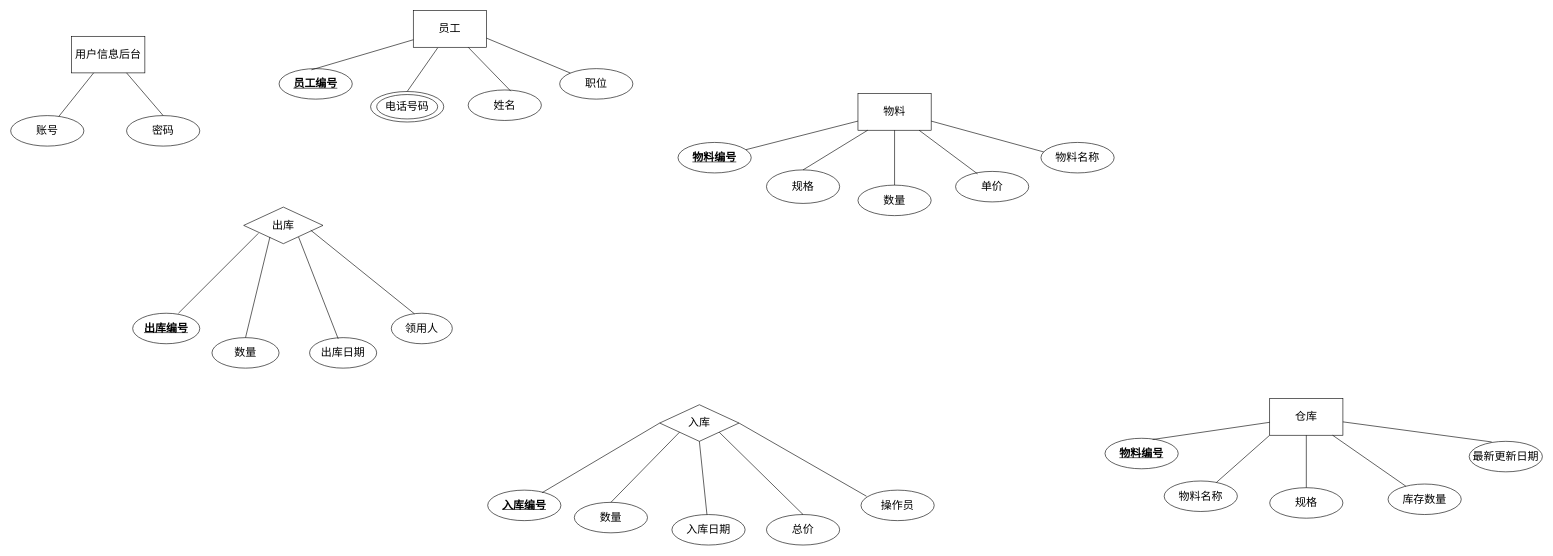
The draw.io diagram 属性.drawio in images130/LJ_Project, before the edit. Source tidied: cells renumbered, new cells numbered last; positions are measured from the earlier drawing's top-left corner, leaving out a move shared by most shapes. Both pictures are drawn from the tidied source at 61%, with x=0, y=0 at pixel (10, 10).
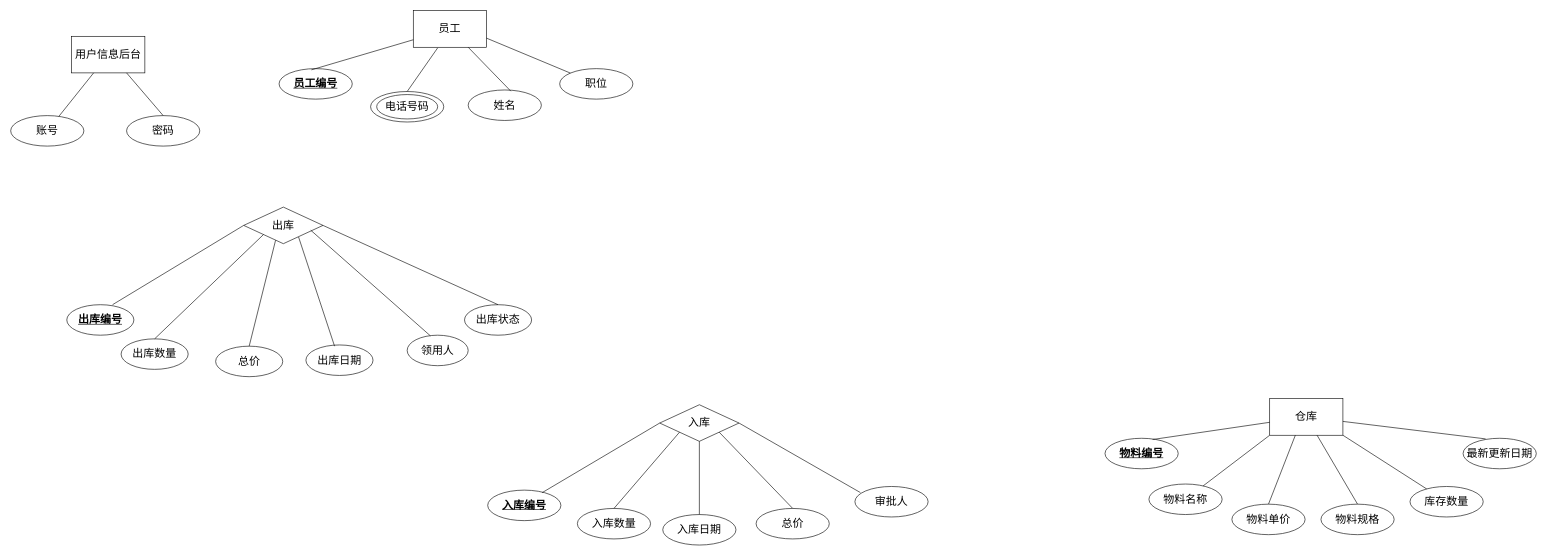
The same diagram, later.

Unchanged cells that the change refers to:
```xml
<mxCell id="23" value="仓库" style="rounded=0;whiteSpace=wrap;html=1;fontSize=18;fontStyle=0;" parent="1" vertex="1">
  <mxGeometry x="2064" y="636" width="120" height="60" as="geometry" />
</mxCell>
<mxCell id="25" value="出库" style="rhombus;whiteSpace=wrap;html=1;fontSize=18;fontStyle=0;" parent="1" vertex="1">
  <mxGeometry x="382" y="322" width="130" height="60" as="geometry" />
</mxCell>
```

Diff of the diagram source:
```diff
@@
-    <mxCell id="2" value="物料" style="rounded=0;whiteSpace=wrap;html=1;fontSize=18;fontStyle=0;" parent="1" vertex="1">
-      <mxGeometry x="1389" y="136" width="120" height="60" as="geometry" />
-    </mxCell>
-    <mxCell id="3" style="endArrow=none;html=1;exitX=0;exitY=0.75;exitDx=0;exitDy=0;fontSize=18;fontStyle=0;" parent="1" edge="1" source="2" target="4">
-      <mxGeometry relative="1" as="geometry" />
-    </mxCell>
-    <mxCell id="4" value="物料编号" style="ellipse;whiteSpace=wrap;html=1;fontStyle=5;fontSize=18;" parent="1" vertex="1">
-      <mxGeometry x="1094" y="216" width="120" height="50" as="geometry" />
-    </mxCell>
-    <mxCell id="5" style="endArrow=none;html=1;exitX=1;exitY=0.75;exitDx=0;exitDy=0;fontSize=18;fontStyle=0;entryX=0.05;entryY=0.32;entryDx=0;entryDy=0;entryPerimeter=0;" parent="1" edge="1" source="2" target="6">
-      <mxGeometry relative="1" as="geometry" />
-    </mxCell>
-    <mxCell id="6" value="物料名称" style="ellipse;whiteSpace=wrap;html=1;fontSize=18;fontStyle=0;" parent="1" vertex="1">
-      <mxGeometry x="1689" y="216" width="120" height="50" as="geometry" />
-    </mxCell>
-    <mxCell id="7" value="单价" style="ellipse;whiteSpace=wrap;html=1;fontSize=18;fontStyle=0;" parent="1" vertex="1">
-      <mxGeometry x="1549" y="263.5" width="120" height="50" as="geometry" />
-    </mxCell>
-    <mxCell id="8" style="endArrow=none;html=1;entryX=0.3;entryY=0.08;entryDx=0;entryDy=0;fontSize=18;fontStyle=0;entryPerimeter=0;" parent="1" edge="1" source="2" target="7">
-      <mxGeometry relative="1" as="geometry" />
-    </mxCell>
-    <mxCell id="9" value="规格" style="ellipse;whiteSpace=wrap;html=1;fontSize=18;fontStyle=0;" parent="1" vertex="1">
-      <mxGeometry x="1239" y="261" width="120" height="55" as="geometry" />
-    </mxCell>
-    <mxCell id="10" style="endArrow=none;html=1;exitX=0.133;exitY=1;exitDx=0;exitDy=0;entryX=0.5;entryY=0;entryDx=0;entryDy=0;fontSize=18;fontStyle=0;exitPerimeter=0;" parent="1" edge="1" source="2" target="9">
-      <mxGeometry relative="1" as="geometry" />
-    </mxCell>
-    <mxCell id="11" value="数量" style="ellipse;whiteSpace=wrap;html=1;fontSize=18;fontStyle=0;" parent="1" vertex="1">
-      <mxGeometry x="1389" y="286" width="120" height="50" as="geometry" />
-    </mxCell>
-    <mxCell id="12" style="endArrow=none;html=1;exitX=0.5;exitY=1;exitDx=0;exitDy=0;fontSize=18;fontStyle=0;entryX=0.5;entryY=0;entryDx=0;entryDy=0;" parent="1" edge="1" source="2" target="11">
-      <mxGeometry relative="1" as="geometry" />
-    </mxCell>
@@
     <mxCell id="27" value="库存数量" style="ellipse;whiteSpace=wrap;html=1;fontSize=18;fontStyle=0;" parent="1" vertex="1">
-      <mxGeometry x="2258" y="776" width="120" height="50" as="geometry" />
+      <mxGeometry x="2294" y="780" width="120" height="50" as="geometry" />
     </mxCell>
-    <mxCell id="28" value="规格" style="ellipse;whiteSpace=wrap;html=1;fontSize=18;fontStyle=0;" parent="1" vertex="1">
-      <mxGeometry x="2064" y="782" width="120" height="50" as="geometry" />
+    <mxCell id="28" value="物料规格" style="ellipse;whiteSpace=wrap;html=1;fontSize=18;fontStyle=0;" parent="1" vertex="1">
+      <mxGeometry x="2148" y="809" width="120" height="50" as="geometry" />
     </mxCell>
     <mxCell id="29" value="最新更新日期" style="ellipse;whiteSpace=wrap;html=1;fontSize=18;fontStyle=0;" parent="1" vertex="1">
-      <mxGeometry x="2391" y="706" width="120" height="50" as="geometry" />
+      <mxGeometry x="2381" y="701" width="120" height="50" as="geometry" />
     </mxCell>
     <mxCell id="30" value="物料名称" style="ellipse;whiteSpace=wrap;html=1;fontSize=18;fontStyle=0;" parent="1" vertex="1">
-      <mxGeometry x="1891" y="771" width="120" height="50" as="geometry" />
+      <mxGeometry x="1866" y="776" width="120" height="50" as="geometry" />
     </mxCell>
@@
-    <mxCell id="33" style="endArrow=none;html=1;fontSize=18;fontStyle=0;" parent="1" edge="1" source="23" target="27">
+    <mxCell id="33" style="endArrow=none;html=1;fontSize=18;fontStyle=0;exitX=1;exitY=1;exitDx=0;exitDy=0;" parent="1" edge="1" source="23" target="27">
       <mxGeometry relative="1" as="geometry" />
     </mxCell>
@@
     <mxCell id="36" value="总价" style="ellipse;whiteSpace=wrap;html=1;fontSize=18;fontStyle=0;" parent="1" vertex="1">
-      <mxGeometry x="1239" y="826" width="120" height="50" as="geometry" />
+      <mxGeometry x="1222" y="816" width="120" height="50" as="geometry" />
     </mxCell>
-    <mxCell id="37" value="数量" style="ellipse;whiteSpace=wrap;html=1;fontSize=18;fontStyle=0;" parent="1" vertex="1">
-      <mxGeometry x="924" y="806" width="120" height="50" as="geometry" />
+    <mxCell id="37" value="入库数量" style="ellipse;whiteSpace=wrap;html=1;fontSize=18;fontStyle=0;" parent="1" vertex="1">
+      <mxGeometry x="929" y="816" width="120" height="50" as="geometry" />
     </mxCell>
-    <mxCell id="38" value="操作员" style="ellipse;whiteSpace=wrap;html=1;fontSize=18;fontStyle=0;" parent="1" vertex="1">
-      <mxGeometry x="1394" y="786" width="120" height="50" as="geometry" />
+    <mxCell id="38" value="审批人" style="ellipse;whiteSpace=wrap;html=1;fontSize=18;fontStyle=0;" parent="1" vertex="1">
+      <mxGeometry x="1384" y="780" width="120" height="50" as="geometry" />
     </mxCell>
@@
     <mxCell id="40" value="入库日期" style="ellipse;whiteSpace=wrap;html=1;fontSize=18;fontStyle=0;" parent="1" vertex="1">
-      <mxGeometry x="1084" y="826" width="120" height="50" as="geometry" />
+      <mxGeometry x="1069" y="826" width="120" height="50" as="geometry" />
     </mxCell>
@@
-    <mxCell id="46" value="数量" style="ellipse;whiteSpace=wrap;html=1;fontSize=18;fontStyle=0;" parent="1" vertex="1">
-      <mxGeometry x="330" y="536" width="110" height="50" as="geometry" />
+    <mxCell id="46" value="出库数量" style="ellipse;whiteSpace=wrap;html=1;fontSize=18;fontStyle=0;" parent="1" vertex="1">
+      <mxGeometry x="181" y="538" width="110" height="50" as="geometry" />
     </mxCell>
     <mxCell id="47" value="领用人" style="ellipse;whiteSpace=wrap;html=1;fontSize=18;fontStyle=0;" parent="1" vertex="1">
-      <mxGeometry x="624" y="496" width="100" height="50" as="geometry" />
+      <mxGeometry x="650" y="532" width="100" height="50" as="geometry" />
     </mxCell>
     <mxCell id="48" value="出库编号" style="ellipse;whiteSpace=wrap;html=1;fontStyle=5;fontSize=18;" parent="1" vertex="1">
-      <mxGeometry x="200" y="496" width="110" height="50" as="geometry" />
+      <mxGeometry x="92" y="482" width="110" height="50" as="geometry" />
     </mxCell>
     <mxCell id="49" value="出库日期" style="ellipse;whiteSpace=wrap;html=1;fontSize=18;fontStyle=0;" parent="1" vertex="1">
-      <mxGeometry x="490" y="536" width="110" height="50" as="geometry" />
+      <mxGeometry x="484" y="548" width="110" height="50" as="geometry" />
     </mxCell>
-    <mxCell id="50" style="endArrow=none;html=1;fontSize=18;fontStyle=0;exitX=0.682;exitY=0;exitDx=0;exitDy=0;exitPerimeter=0;entryX=0.185;entryY=0.717;entryDx=0;entryDy=0;entryPerimeter=0;" parent="1" edge="1" source="48" target="25">
+    <mxCell id="50" style="endArrow=none;html=1;fontSize=18;fontStyle=0;exitX=0.682;exitY=0;exitDx=0;exitDy=0;exitPerimeter=0;entryX=0;entryY=0.5;entryDx=0;entryDy=0;" parent="1" edge="1" source="48" target="25">
       <mxGeometry relative="1" as="geometry" />
     </mxCell>
-    <mxCell id="51" style="endArrow=none;html=1;entryX=0.331;entryY=0.817;entryDx=0;entryDy=0;exitX=0.5;exitY=0;exitDx=0;exitDy=0;fontSize=18;fontStyle=0;entryPerimeter=0;" parent="1" edge="1" source="46" target="25">
+    <mxCell id="51" style="endArrow=none;html=1;entryX=0;entryY=1;entryDx=0;entryDy=0;exitX=0.5;exitY=0;exitDx=0;exitDy=0;fontSize=18;fontStyle=0;" parent="1" edge="1" source="46" target="25">
       <mxGeometry relative="1" as="geometry" />
     </mxCell>
@@
+    <mxCell id="59" value="总价" style="ellipse;whiteSpace=wrap;html=1;fontSize=18;fontStyle=0;" parent="1" vertex="1">
+      <mxGeometry x="336" y="550" width="110" height="50" as="geometry" />
+    </mxCell>
+    <mxCell id="60" value="出库状态" style="ellipse;whiteSpace=wrap;html=1;fontSize=18;fontStyle=0;" parent="1" vertex="1">
+      <mxGeometry x="744" y="482" width="110" height="50" as="geometry" />
+    </mxCell>
+    <mxCell id="61" value="物料单价" style="ellipse;whiteSpace=wrap;html=1;fontSize=18;fontStyle=0;" parent="1" vertex="1">
+      <mxGeometry x="2002" y="809" width="120" height="50" as="geometry" />
+    </mxCell>
+    <mxCell id="62" style="endArrow=none;html=1;entryX=0.402;entryY=0.907;entryDx=0;entryDy=0;exitX=0.5;exitY=0;exitDx=0;exitDy=0;entryPerimeter=0;" parent="1" edge="1" source="59" target="25">
+      <mxGeometry relative="1" as="geometry" />
+    </mxCell>
+    <mxCell id="63" style="endArrow=none;html=1;entryX=0.5;entryY=0;entryDx=0;entryDy=0;exitX=1;exitY=0.5;exitDx=0;exitDy=0;" parent="1" edge="1" source="25" target="60">
+      <mxGeometry relative="1" as="geometry" />
+    </mxCell>
+    <mxCell id="64" style="endArrow=none;html=1;entryX=0.35;entryY=1;entryDx=0;entryDy=0;entryPerimeter=0;exitX=0.5;exitY=0;exitDx=0;exitDy=0;" parent="1" edge="1" source="61" target="23">
+      <mxGeometry relative="1" as="geometry" />
+    </mxCell>
```
